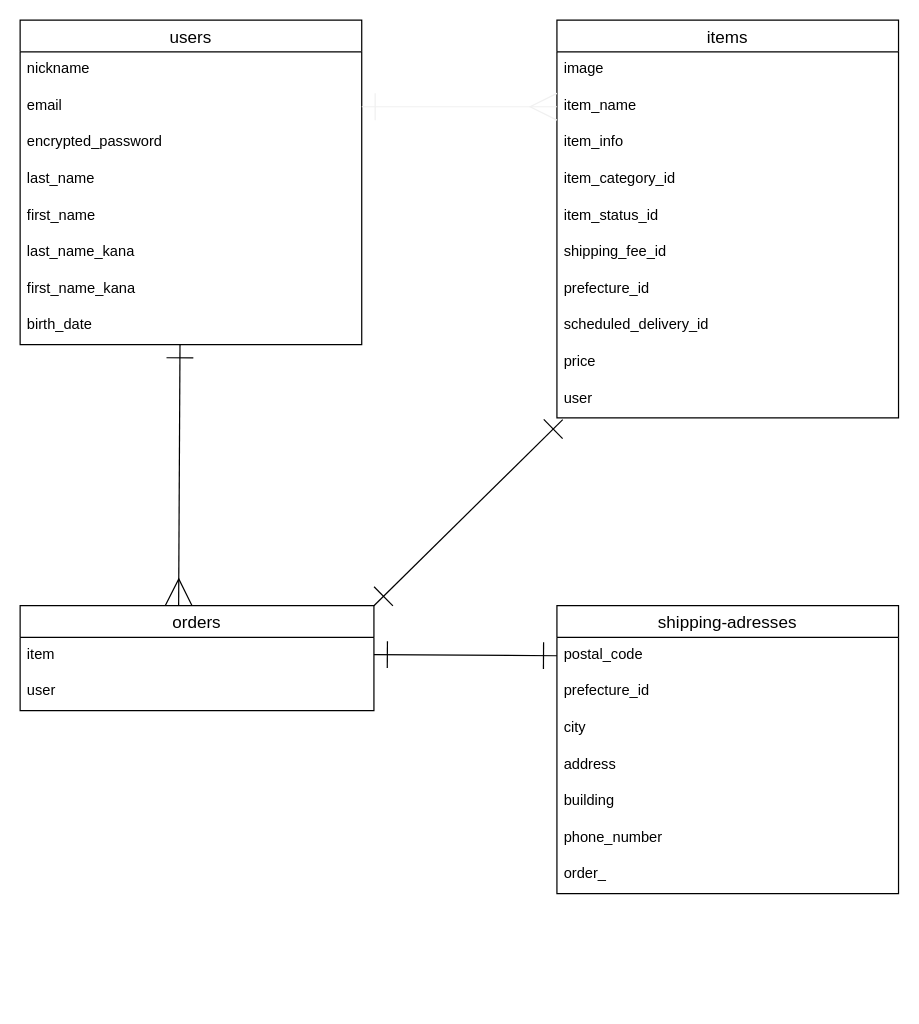
Before: er.dio in asmotk/furima-35045, a draw.io diagram. Source tidied: cells renumbered, new cells numbered last; positions are measured from the earlier drawing's top-left corner, leaving out a move shared by most shapes. Both pictures are drawn from the tidied source at 122%, with x=0, y=0 at pixel (20, 20).
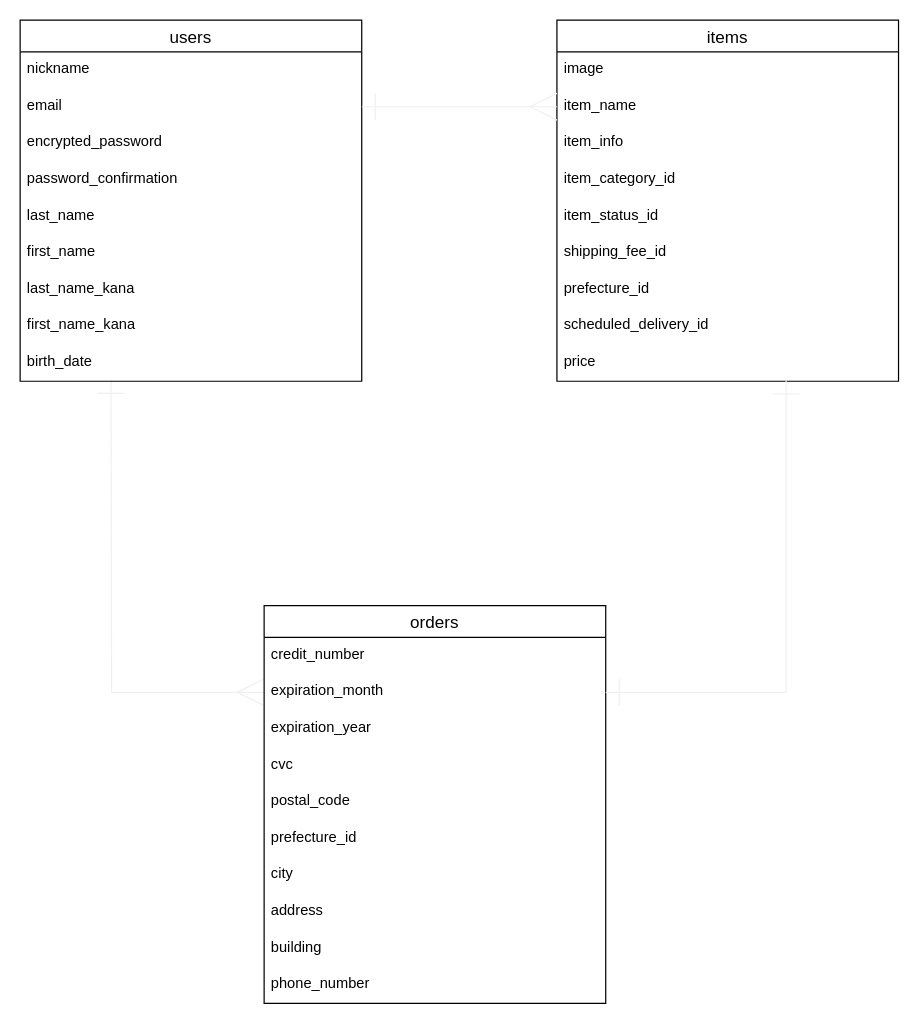
The same page after the edit.

Unchanged cells that the change refers to:
```xml
<mxCell id="20" value="price" style="text;strokeColor=none;fillColor=none;spacingLeft=4;spacingRight=4;overflow=hidden;points=[[0,0.5],[1,0.5]];portConstraint=eastwest;fontSize=12;" parent="11" vertex="1">
  <mxGeometry y="266" width="280" height="30" as="geometry" />
</mxCell>
```

Change to the diagram source:
```diff
@@
+    <mxCell id="37" style="edgeStyle=orthogonalEdgeStyle;rounded=0;jumpSize=6;jettySize=auto;html=1;entryX=0;entryY=0.5;entryDx=0;entryDy=0;startArrow=ERone;startFill=0;endArrow=ERmany;endFill=0;endSize=20;targetPerimeterSpacing=0;strokeColor=#f0f0f0;strokeWidth=1;exitX=0.266;exitY=0.967;exitDx=0;exitDy=0;exitPerimeter=0;startSize=20;" parent="1" edge="1" target="40">
+      <mxGeometry relative="1" as="geometry">
+        <mxPoint x="74.5" y="295" as="sourcePoint" />
+      </mxGeometry>
+    </mxCell>
     <mxCell id="2" value="users" style="swimlane;fontStyle=0;horizontal=1;startSize=26;align=center;fontSize=14;" parent="1" vertex="1">
-      <mxGeometry width="280" height="266" as="geometry" />
+      <mxGeometry width="280" height="296" as="geometry" />
     </mxCell>
@@
+    <mxCell id="38" value="password_confirmation" style="text;strokeColor=none;fillColor=none;spacingLeft=4;spacingRight=4;overflow=hidden;fontSize=12;" parent="2" vertex="1">
+      <mxGeometry y="116" width="280" height="30" as="geometry" />
+    </mxCell>
     <mxCell id="6" value="last_name" style="text;strokeColor=none;fillColor=none;spacingLeft=4;spacingRight=4;overflow=hidden;fontSize=12;" parent="2" vertex="1">
-      <mxGeometry y="116" width="280" height="30" as="geometry" />
+      <mxGeometry y="146" width="280" height="30" as="geometry" />
     </mxCell>
     <mxCell id="7" value="first_name" style="text;strokeColor=none;fillColor=none;spacingLeft=4;spacingRight=4;overflow=hidden;fontSize=12;" parent="2" vertex="1">
-      <mxGeometry y="146" width="280" height="30" as="geometry" />
+      <mxGeometry y="176" width="280" height="30" as="geometry" />
     </mxCell>
     <mxCell id="8" value="last_name_kana" style="text;strokeColor=none;fillColor=none;spacingLeft=4;spacingRight=4;overflow=hidden;fontSize=12;" parent="2" vertex="1">
-      <mxGeometry y="176" width="280" height="30" as="geometry" />
+      <mxGeometry y="206" width="280" height="30" as="geometry" />
     </mxCell>
     <mxCell id="9" value="first_name_kana" style="text;strokeColor=none;fillColor=none;spacingLeft=4;spacingRight=4;overflow=hidden;fontSize=12;" parent="2" vertex="1">
-      <mxGeometry y="206" width="280" height="30" as="geometry" />
+      <mxGeometry y="236" width="280" height="30" as="geometry" />
     </mxCell>
     <mxCell id="10" value="birth_date" style="text;strokeColor=none;fillColor=none;spacingLeft=4;spacingRight=4;overflow=hidden;points=[[0,0.5],[1,0.5]];portConstraint=eastwest;fontSize=12;" parent="2" vertex="1">
-      <mxGeometry y="236" width="280" height="30" as="geometry" />
+      <mxGeometry y="266" width="280" height="30" as="geometry" />
     </mxCell>
     <mxCell id="11" value="items" style="swimlane;fontStyle=0;horizontal=1;startSize=26;align=center;fontSize=14;" parent="1" vertex="1">
-      <mxGeometry x="440" width="280" height="326" as="geometry" />
+      <mxGeometry x="440" width="280" height="296" as="geometry" />
     </mxCell>
@@
-    <mxCell id="21" value="user" style="text;strokeColor=none;fillColor=none;spacingLeft=4;spacingRight=4;overflow=hidden;points=[[0,0.5],[1,0.5]];portConstraint=eastwest;fontSize=12;" parent="11" vertex="1">
-      <mxGeometry y="296" width="280" height="30" as="geometry" />
-    </mxCell>
-    <mxCell id="22" value="shipping-adresses" style="swimlane;fontStyle=0;horizontal=1;startSize=26;align=center;fontSize=14;" parent="1" vertex="1">
-      <mxGeometry x="440" y="480" width="280" height="236" as="geometry" />
+    <mxCell id="22" value="orders" style="swimlane;fontStyle=0;horizontal=1;startSize=26;align=center;fontSize=14;" parent="1" vertex="1">
+      <mxGeometry x="200" y="480" width="280" height="326" as="geometry" />
     </mxCell>
+    <mxCell id="39" value="credit_number" style="text;strokeColor=none;fillColor=none;spacingLeft=4;spacingRight=4;overflow=hidden;fontSize=12;" parent="22" vertex="1">
+      <mxGeometry y="26" width="280" height="30" as="geometry" />
+    </mxCell>
+    <mxCell id="40" value="expiration_month" style="text;strokeColor=none;fillColor=none;spacingLeft=4;spacingRight=4;overflow=hidden;points=[[0,0.5],[1,0.5]];portConstraint=eastwest;fontSize=12;" parent="22" vertex="1">
+      <mxGeometry y="56" width="280" height="30" as="geometry" />
+    </mxCell>
+    <mxCell id="31" value="expiration_year" style="text;strokeColor=none;fillColor=none;spacingLeft=4;spacingRight=4;overflow=hidden;points=[[0,0.5],[1,0.5]];portConstraint=eastwest;fontSize=12;" parent="22" vertex="1">
+      <mxGeometry y="86" width="280" height="30" as="geometry" />
+    </mxCell>
+    <mxCell id="41" value="cvc" style="text;strokeColor=none;fillColor=none;spacingLeft=4;spacingRight=4;overflow=hidden;fontSize=12;" parent="22" vertex="1">
+      <mxGeometry y="116" width="280" height="30" as="geometry" />
+    </mxCell>
     <mxCell id="23" value="postal_code" style="text;strokeColor=none;fillColor=none;spacingLeft=4;spacingRight=4;overflow=hidden;points=[[0,0.5],[1,0.5]];portConstraint=eastwest;fontSize=12;" parent="22" vertex="1">
-      <mxGeometry y="26" width="280" height="30" as="geometry" />
+      <mxGeometry y="146" width="280" height="30" as="geometry" />
     </mxCell>
     <mxCell id="24" value="prefecture_id" style="text;strokeColor=none;fillColor=none;spacingLeft=4;spacingRight=4;overflow=hidden;fontSize=12;" parent="22" vertex="1">
-      <mxGeometry y="56" width="280" height="30" as="geometry" />
+      <mxGeometry y="176" width="280" height="30" as="geometry" />
     </mxCell>
     <mxCell id="25" value="city" style="text;strokeColor=none;fillColor=none;spacingLeft=4;spacingRight=4;overflow=hidden;fontSize=12;" parent="22" vertex="1">
-      <mxGeometry y="86" width="280" height="30" as="geometry" />
+      <mxGeometry y="206" width="280" height="30" as="geometry" />
     </mxCell>
     <mxCell id="26" value="address" style="text;strokeColor=none;fillColor=none;spacingLeft=4;spacingRight=4;overflow=hidden;fontSize=12;" parent="22" vertex="1">
-      <mxGeometry y="116" width="280" height="30" as="geometry" />
+      <mxGeometry y="236" width="280" height="30" as="geometry" />
     </mxCell>
     <mxCell id="27" value="building" style="text;strokeColor=none;fillColor=none;spacingLeft=4;spacingRight=4;overflow=hidden;fontSize=12;" parent="22" vertex="1">
-      <mxGeometry y="146" width="280" height="30" as="geometry" />
+      <mxGeometry y="266" width="280" height="30" as="geometry" />
     </mxCell>
     <mxCell id="28" value="phone_number" style="text;strokeColor=none;fillColor=none;spacingLeft=4;spacingRight=4;overflow=hidden;fontSize=12;" parent="22" vertex="1">
-      <mxGeometry y="176" width="280" height="30" as="geometry" />
+      <mxGeometry y="296" width="280" height="30" as="geometry" />
     </mxCell>
-    <mxCell id="29" value="order_" style="text;strokeColor=none;fillColor=none;spacingLeft=4;spacingRight=4;overflow=hidden;fontSize=12;" parent="22" vertex="1">
-      <mxGeometry y="206" width="280" height="30" as="geometry" />
-    </mxCell>
@@
-    <mxCell id="31" value="orders" style="swimlane;fontStyle=0;horizontal=1;startSize=26;align=center;fontSize=14;" parent="1" vertex="1">
-      <mxGeometry y="480" width="290" height="86" as="geometry" />
-    </mxCell>
-    <mxCell id="32" value="item" style="text;strokeColor=none;fillColor=none;spacingLeft=4;spacingRight=4;overflow=hidden;fontSize=12;" parent="31" vertex="1">
-      <mxGeometry y="26" width="290" height="30" as="geometry" />
-    </mxCell>
-    <mxCell id="33" value="user" style="text;strokeColor=none;fillColor=none;spacingLeft=4;spacingRight=4;overflow=hidden;fontSize=12;" parent="31" vertex="1">
-      <mxGeometry y="56" width="290" height="30" as="geometry" />
-    </mxCell>
-    <mxCell id="34" style="endArrow=ERone;html=1;rounded=0;entryX=0;entryY=0.5;entryDx=0;entryDy=0;startArrow=ERone;startFill=0;endFill=0;endSize=20;startSize=20;" parent="1" edge="1" target="23">
-      <mxGeometry relative="1" as="geometry">
-        <mxPoint x="290" y="520" as="sourcePoint" />
-      </mxGeometry>
-    </mxCell>
-    <mxCell id="35" style="endArrow=ERmany;html=1;rounded=0;entryX=0.448;entryY=0;entryDx=0;entryDy=0;entryPerimeter=0;startArrow=ERone;startFill=0;endFill=0;endSize=20;startSize=20;exitX=0.468;exitY=0.993;exitDx=0;exitDy=0;exitPerimeter=0;" parent="1" edge="1" source="10" target="31">
-      <mxGeometry relative="1" as="geometry" />
-    </mxCell>
-    <mxCell id="36" style="endArrow=ERone;html=1;rounded=0;startArrow=ERone;startFill=0;endFill=0;endSize=20;startSize=20;exitX=1;exitY=0;exitDx=0;exitDy=0;entryX=0.017;entryY=1.047;entryDx=0;entryDy=0;entryPerimeter=0;" parent="1" edge="1" source="31" target="21">
-      <mxGeometry relative="1" as="geometry" />
-    </mxCell>
+    <mxCell id="42" style="edgeStyle=orthogonalEdgeStyle;rounded=0;jumpSize=6;jettySize=auto;html=1;entryX=1;entryY=0.5;entryDx=0;entryDy=0;startArrow=ERone;startFill=0;endArrow=ERone;endFill=0;endSize=20;targetPerimeterSpacing=0;strokeColor=#f0f0f0;strokeWidth=1;exitX=0.671;exitY=0.98;exitDx=0;exitDy=0;exitPerimeter=0;startSize=20;" parent="1" edge="1" source="20" target="40">
+      <mxGeometry relative="1" as="geometry" />
+    </mxCell>
```
